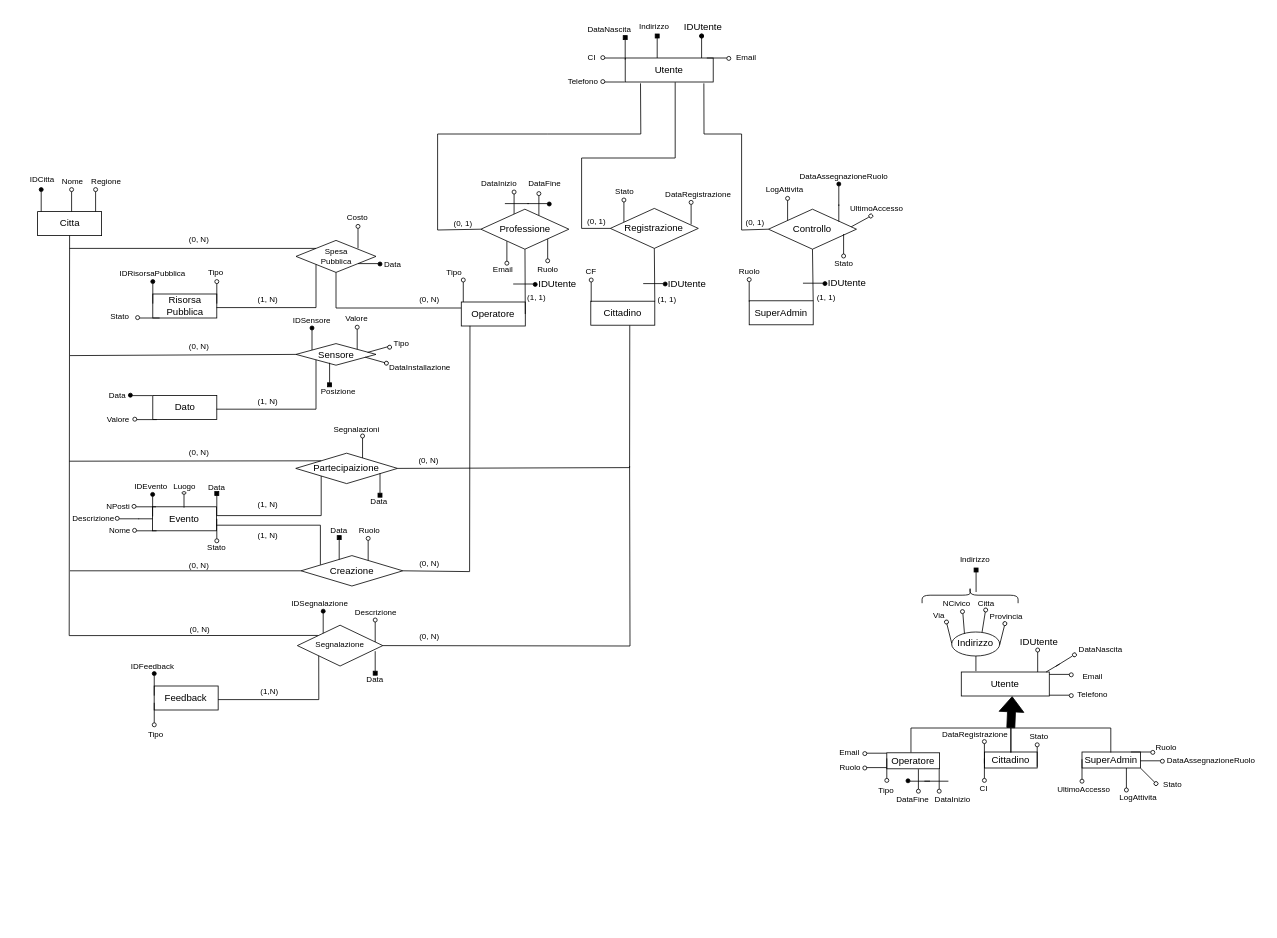
Above: schema_concettuale.drawio in mattebest045/UrbanBrain (draw.io), before the change. Source tidied: cells renumbered, new cells numbered last; positions are measured from the earlier drawing's top-left corner, leaving out a move shared by most shapes. Both pictures are drawn from the tidied source at 80%, with x=0, y=0 at pixel (14, 14).
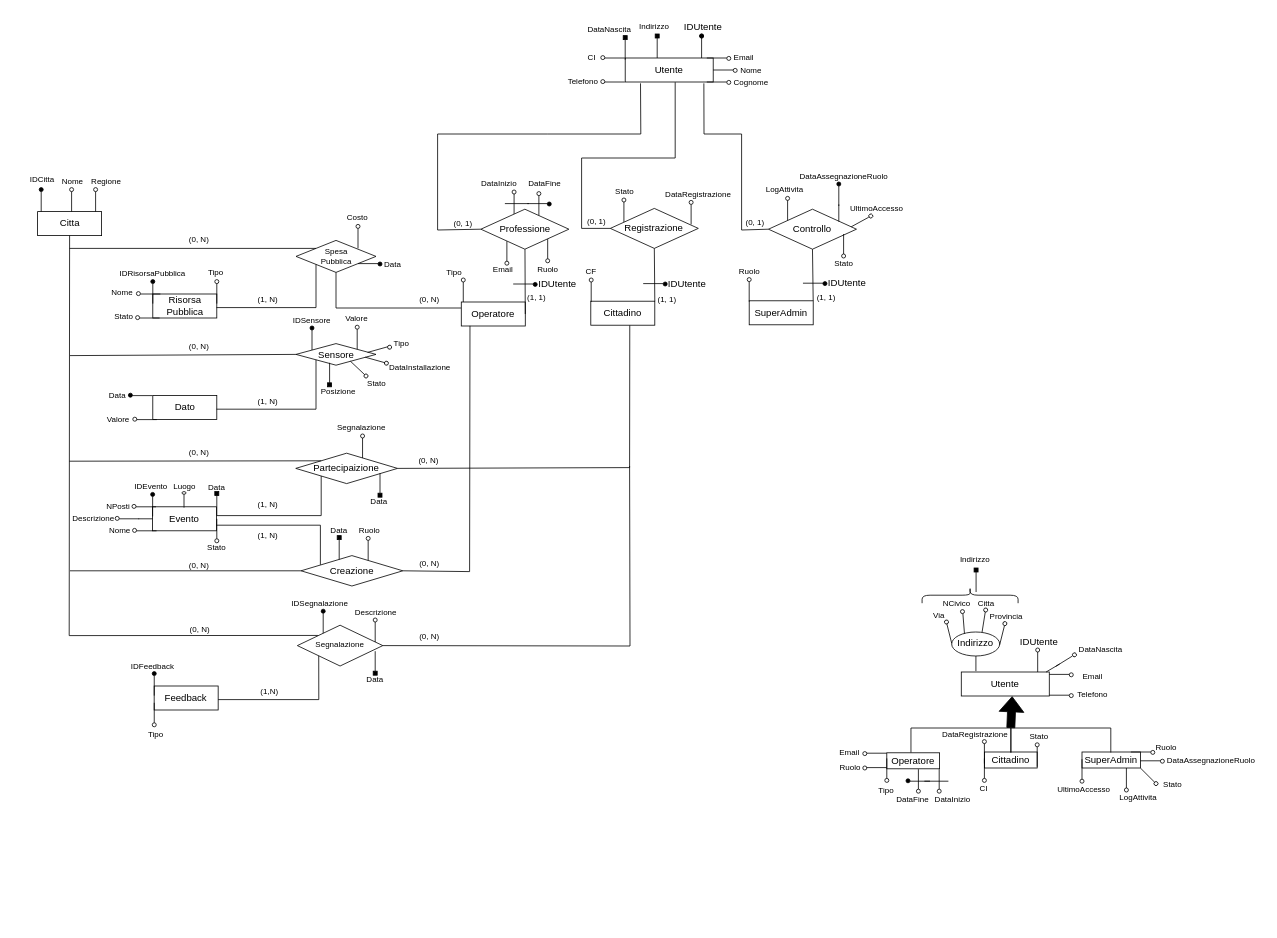
The same page after the edit.

What changed in the source:
```diff
@@
-    <mxCell id="141" value="Segnalazioni" style="text;html=1;align=center;verticalAlign=middle;strokeColor=none;fillColor=none;fontFamily=Helvetica;fontSize=10;fontColor=default;" parent="1" vertex="1">
-      <mxGeometry x="387.8" y="504" width="80" height="30" as="geometry" />
+    <mxCell id="141" value="Segnalazione" style="text;html=1;align=center;verticalAlign=middle;strokeColor=none;fillColor=none;fontFamily=Helvetica;fontSize=10;fontColor=default;" parent="1" vertex="1">
+      <mxGeometry x="393.8" y="502" width="80" height="30" as="geometry" />
     </mxCell>
@@
     <mxCell id="218" value="Email" style="text;html=1;align=center;verticalAlign=middle;strokeColor=none;fillColor=none;fontFamily=Helvetica;fontSize=10;fontColor=default;" parent="1" vertex="1">
-      <mxGeometry x="890" y="39" width="50" height="30" as="geometry" />
+      <mxGeometry x="887" y="39" width="50" height="30" as="geometry" />
     </mxCell>
@@
     <mxCell id="312" value="Stato" style="text;html=1;align=center;verticalAlign=middle;strokeColor=none;fillColor=none;fontFamily=Helvetica;fontSize=10;fontColor=default;" parent="1" vertex="1">
-      <mxGeometry x="106.8" y="363" width="50" height="30" as="geometry" />
+      <mxGeometry x="111.8" y="363" width="50" height="30" as="geometry" />
     </mxCell>
@@
+    <mxCell id="380" style="group;direction=east;rotation=-90;" parent="1" vertex="1">
+      <mxGeometry x="886" y="55" width="5" height="30" as="geometry" />
+    </mxCell>
+    <mxCell id="381" style="endArrow=none;html=1;rounded=0;fontFamily=Helvetica;fontSize=12;fontColor=default;entryX=0;entryY=0;entryDx=0;entryDy=0;" parent="380" edge="1">
+      <mxGeometry relative="1" as="geometry">
+        <mxPoint x="-12" y="15" as="sourcePoint" />
+        <mxPoint x="13" y="15" as="targetPoint" />
+      </mxGeometry>
+    </mxCell>
+    <mxCell id="382" style="ellipse;whiteSpace=wrap;html=1;align=center;verticalAlign=top;fontFamily=Helvetica;fontSize=12;fontColor=default;fillColor=none;gradientColor=none;rotation=-90;" parent="380" vertex="1">
+      <mxGeometry x="13" y="13" width="5" height="5" as="geometry" />
+    </mxCell>
+    <mxCell id="383" style="group;direction=east;rotation=-90;" parent="1" vertex="1">
+      <mxGeometry x="878" y="70" width="5" height="30" as="geometry" />
+    </mxCell>
+    <mxCell id="384" style="endArrow=none;html=1;rounded=0;fontFamily=Helvetica;fontSize=12;fontColor=default;entryX=0;entryY=0;entryDx=0;entryDy=0;" parent="383" edge="1">
+      <mxGeometry relative="1" as="geometry">
+        <mxPoint x="-12" y="15" as="sourcePoint" />
+        <mxPoint x="13" y="15" as="targetPoint" />
+      </mxGeometry>
+    </mxCell>
+    <mxCell id="385" style="ellipse;whiteSpace=wrap;html=1;align=center;verticalAlign=top;fontFamily=Helvetica;fontSize=12;fontColor=default;fillColor=none;gradientColor=none;rotation=-90;" parent="383" vertex="1">
+      <mxGeometry x="13" y="13" width="5" height="5" as="geometry" />
+    </mxCell>
+    <mxCell id="386" value="Nome" style="text;html=1;align=center;verticalAlign=middle;strokeColor=none;fillColor=none;fontFamily=Helvetica;fontSize=10;fontColor=default;" parent="1" vertex="1">
+      <mxGeometry x="896" y="55" width="50" height="30" as="geometry" />
+    </mxCell>
+    <mxCell id="387" value="Cognome" style="text;html=1;align=center;verticalAlign=middle;strokeColor=none;fillColor=none;fontFamily=Helvetica;fontSize=10;fontColor=default;" parent="1" vertex="1">
+      <mxGeometry x="886" y="70" width="70" height="30" as="geometry" />
+    </mxCell>
+    <mxCell id="388" style="group;direction=east;rotation=90;" parent="1" vertex="1">
+      <mxGeometry x="166" y="335" width="5" height="30" as="geometry" />
+    </mxCell>
+    <mxCell id="389" style="endArrow=none;html=1;rounded=0;fontFamily=Helvetica;fontSize=12;fontColor=default;entryX=0;entryY=0;entryDx=0;entryDy=0;" parent="388" edge="1">
+      <mxGeometry relative="1" as="geometry">
+        <mxPoint x="17" y="15" as="sourcePoint" />
+        <mxPoint x="-8" y="15" as="targetPoint" />
+      </mxGeometry>
+    </mxCell>
+    <mxCell id="390" style="ellipse;whiteSpace=wrap;html=1;align=center;verticalAlign=top;fontFamily=Helvetica;fontSize=12;fontColor=default;fillColor=none;gradientColor=none;rotation=90;" parent="388" vertex="1">
+      <mxGeometry x="-13" y="12" width="5" height="5" as="geometry" />
+    </mxCell>
+    <mxCell id="391" value="Nome" style="text;html=1;align=center;verticalAlign=middle;strokeColor=none;fillColor=none;fontFamily=Helvetica;fontSize=10;fontColor=default;" parent="1" vertex="1">
+      <mxGeometry x="109.8" y="333" width="50" height="30" as="geometry" />
+    </mxCell>
+    <mxCell id="392" style="group;align=center;verticalAlign=top;fontFamily=Helvetica;fontSize=12;fontColor=default;fillColor=none;gradientColor=none;rotation=133;" parent="1" vertex="1">
+      <mxGeometry x="428.5" y="429" width="5" height="30" as="geometry" />
+    </mxCell>
+    <mxCell id="393" style="endArrow=none;html=1;rounded=0;fontFamily=Helvetica;fontSize=12;fontColor=default;entryX=0;entryY=0;entryDx=0;entryDy=0;" parent="392" edge="1">
+      <mxGeometry relative="1" as="geometry">
+        <mxPoint x="-8" y="5" as="sourcePoint" />
+        <mxPoint x="10" y="22" as="targetPoint" />
+      </mxGeometry>
+    </mxCell>
+    <mxCell id="394" style="ellipse;whiteSpace=wrap;html=1;align=center;verticalAlign=top;fontFamily=Helvetica;fontSize=12;fontColor=default;fillColor=none;gradientColor=none;rotation=-47;" parent="392" vertex="1">
+      <mxGeometry x="9" y="21" width="5" height="5" as="geometry" />
+    </mxCell>
+    <mxCell id="395" value="Stato" style="text;html=1;align=center;verticalAlign=middle;strokeColor=none;fillColor=none;fontFamily=Helvetica;fontSize=10;fontColor=default;" parent="1" vertex="1">
+      <mxGeometry x="428" y="447" width="50" height="30" as="geometry" />
+    </mxCell>
```
